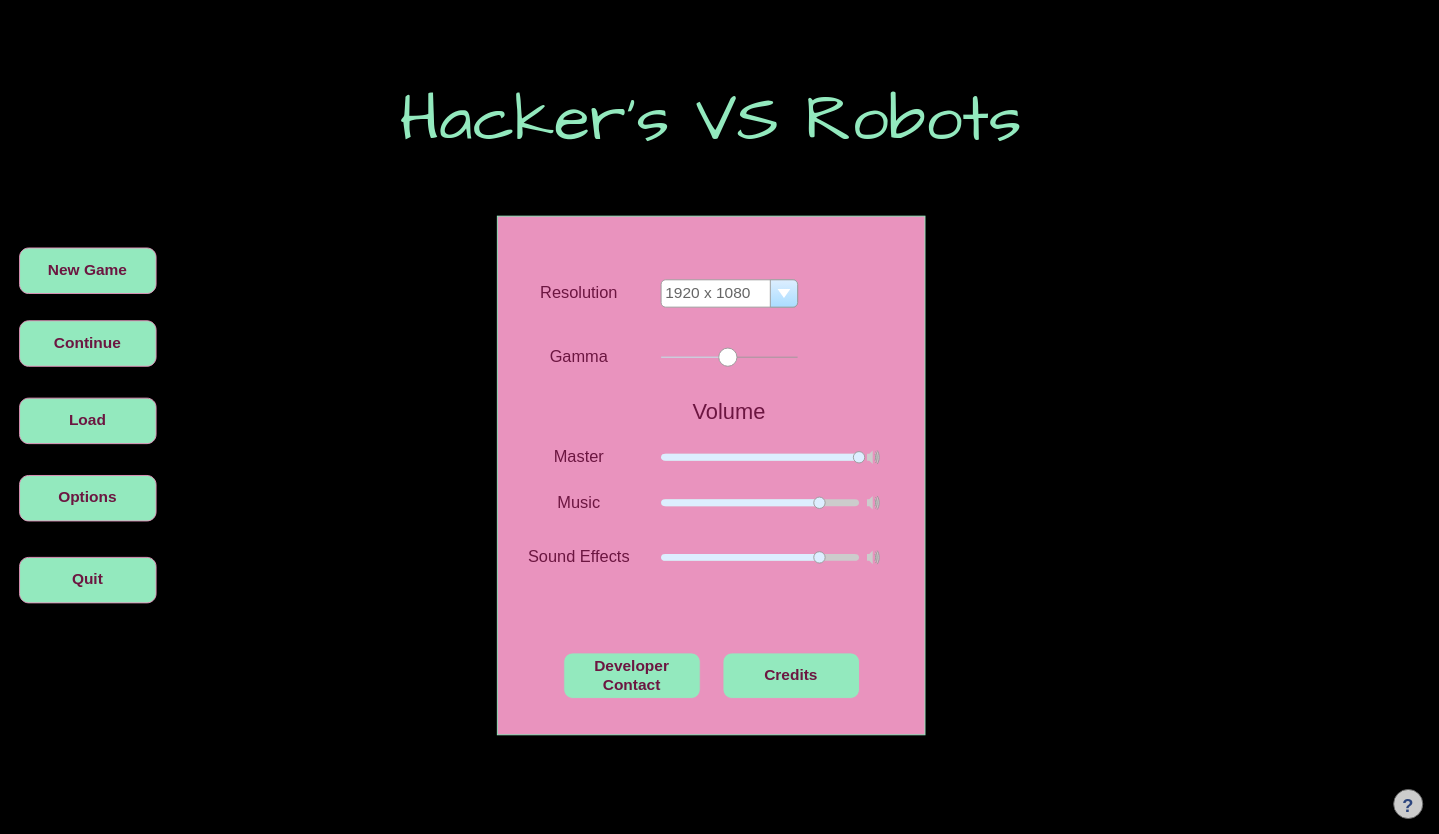
Before: page "Options Menu" (3 of 5) of Informational Technology (Game Design)/Part 2/Cluster - UI Production/Build graphical user interfaces/GUI Design By Richard.drawio in Stampard0/Assessments, a draw.io diagram. Source tidied: cells renumbered, new cells numbered last; positions are measured from the earlier drawing's top-left corner, leaving out a move shared by most shapes. Both pictures are drawn from the tidied source at 91%, with x=0, y=0 at pixel (19, 61).
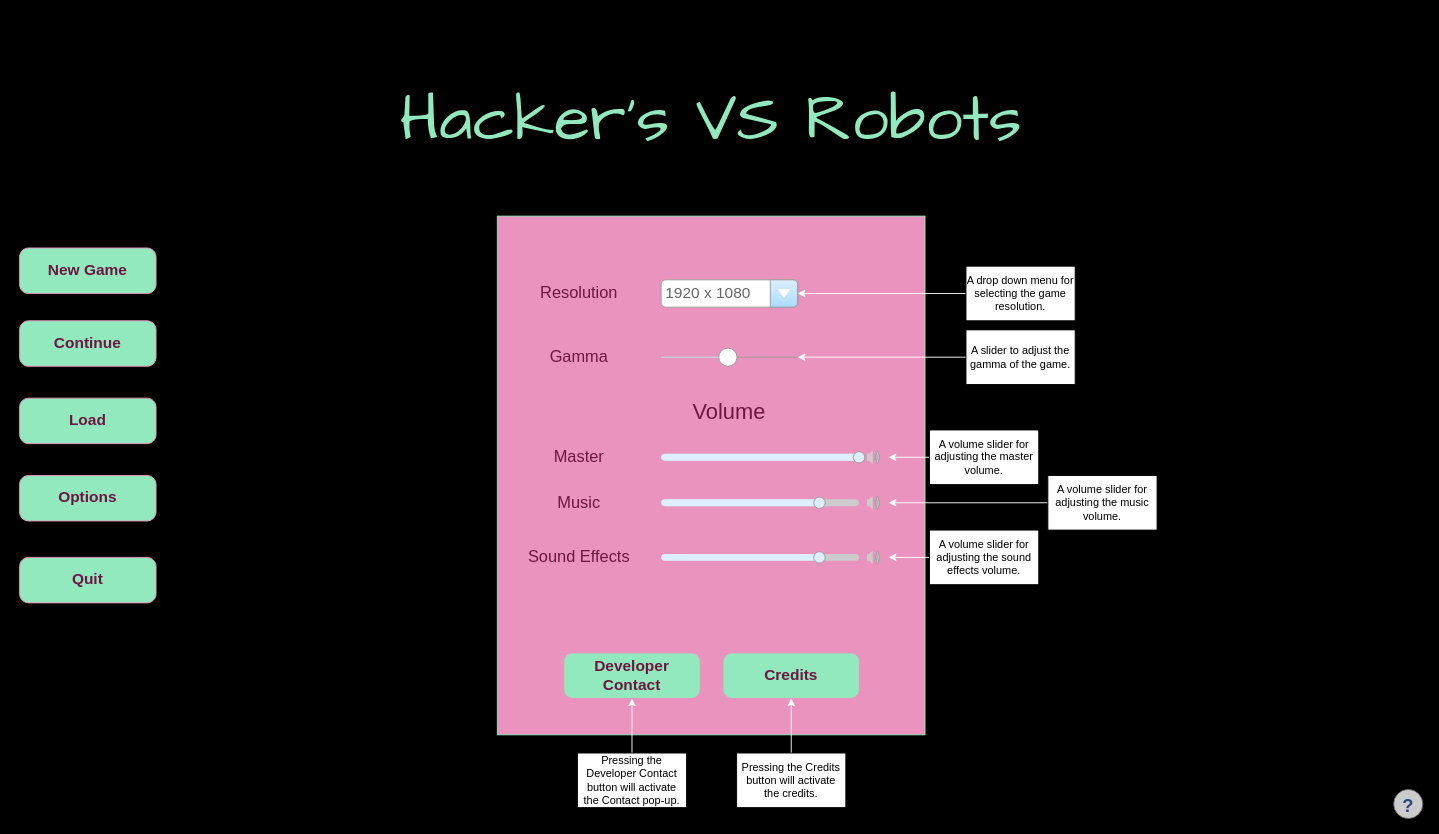
The same page after the edit.

Unchanged cells that the change refers to:
```xml
<mxCell id="3" value="1920 x 1080" style="strokeWidth=1;shadow=0;dashed=0;align=center;html=1;shape=mxgraph.mockup.forms.comboBox;strokeColor=#999999;fillColor=#ddeeff;align=left;fillColor2=#aaddff;mainText=;fontColor=#666666;fontSize=17;spacingLeft=3;" parent="1" vertex="1">
  <mxGeometry x="705" y="240" width="150" height="30" as="geometry" />
</mxCell>
<mxCell id="4" style="verticalLabelPosition=bottom;shadow=0;dashed=0;align=center;html=1;verticalAlign=top;strokeWidth=1;shape=mxgraph.mockup.forms.horSlider;strokeColor=#999999;sliderStyle=basic;sliderPos=48.815;handleStyle=circle;fillColor2=#ddeeff;" parent="1" vertex="1">
  <mxGeometry x="705" y="310" width="150" height="30" as="geometry" />
</mxCell>
<mxCell id="5" style="verticalLabelPosition=bottom;shadow=0;dashed=0;align=center;html=1;verticalAlign=top;strokeWidth=1;shape=mxgraph.mockup.misc.volumeSlider;barPos=100;fillColor=#cccccc;strokeColor=#999999;fillColor2=#ddeeff;" parent="1" vertex="1">
  <mxGeometry x="705" y="420" width="250" height="30" as="geometry" />
</mxCell>
<mxCell id="6" style="verticalLabelPosition=bottom;shadow=0;dashed=0;align=center;html=1;verticalAlign=top;strokeWidth=1;shape=mxgraph.mockup.misc.volumeSlider;barPos=80;fillColor=#cccccc;strokeColor=#999999;fillColor2=#ddeeff;" parent="1" vertex="1">
  <mxGeometry x="705" y="530" width="250" height="30" as="geometry" />
</mxCell>
<mxCell id="7" style="verticalLabelPosition=bottom;shadow=0;dashed=0;align=center;html=1;verticalAlign=top;strokeWidth=1;shape=mxgraph.mockup.misc.volumeSlider;barPos=80;fillColor=#cccccc;strokeColor=#999999;fillColor2=#ddeeff;" parent="1" vertex="1">
  <mxGeometry x="705" y="470" width="250" height="30" as="geometry" />
</mxCell>
<mxCell id="14" value="&lt;font color=&quot;#6c1641&quot;&gt;Credits&lt;br&gt;&lt;/font&gt;" style="strokeWidth=1;shadow=0;dashed=0;align=center;html=1;shape=mxgraph.mockup.buttons.button;strokeColor=#E993BE;fontColor=#ffffff;mainText=;buttonStyle=round;fontSize=17;fontStyle=1;fillColor=#93E9BE;whiteSpace=wrap;" parent="1" vertex="1">
  <mxGeometry x="773" y="650" width="150" height="50" as="geometry" />
</mxCell>
<mxCell id="15" value="&lt;font color=&quot;#6c1641&quot;&gt;Developer Contact&lt;br&gt;&lt;/font&gt;" style="strokeWidth=1;shadow=0;dashed=0;align=center;html=1;shape=mxgraph.mockup.buttons.button;strokeColor=#E993BE;fontColor=#ffffff;mainText=;buttonStyle=round;fontSize=17;fontStyle=1;fillColor=#93E9BE;whiteSpace=wrap;" parent="1" vertex="1">
  <mxGeometry x="598" y="650" width="150" height="50" as="geometry" />
</mxCell>
```

Change to the diagram source:
```diff
@@
+    <mxCell id="23" style="edgeStyle=none;rounded=0;jettySize=auto;html=1;exitX=0;exitY=0.5;exitDx=0;exitDy=0;strokeColor=#FFFFFF;fillColor=#FFFFFF;" parent="1" edge="1" source="24" target="3">
+      <mxGeometry relative="1" as="geometry" />
+    </mxCell>
+    <mxCell id="24" value="A drop down menu for selecting the game resolution." style="rounded=0;whiteSpace=wrap;html=1;" parent="1" vertex="1">
+      <mxGeometry x="1040" y="225" width="120" height="60" as="geometry" />
+    </mxCell>
+    <mxCell id="25" style="edgeStyle=none;rounded=0;jettySize=auto;html=1;exitX=0;exitY=0.5;exitDx=0;exitDy=0;strokeColor=#FFFFFF;fillColor=#FFFFFF;" parent="1" edge="1" source="26" target="4">
+      <mxGeometry relative="1" as="geometry" />
+    </mxCell>
+    <mxCell id="26" value="A slider to adjust the gamma of the game." style="rounded=0;whiteSpace=wrap;html=1;" parent="1" vertex="1">
+      <mxGeometry x="1040" y="295" width="120" height="60" as="geometry" />
+    </mxCell>
+    <mxCell id="27" style="edgeStyle=none;rounded=0;jettySize=auto;html=1;exitX=0;exitY=0.5;exitDx=0;exitDy=0;strokeColor=#FFFFFF;fillColor=#FFFFFF;" parent="1" edge="1" source="28" target="5">
+      <mxGeometry relative="1" as="geometry" />
+    </mxCell>
+    <mxCell id="28" value="A volume slider for adjusting the master volume." style="rounded=0;whiteSpace=wrap;html=1;" parent="1" vertex="1">
+      <mxGeometry x="1000" y="405" width="120" height="60" as="geometry" />
+    </mxCell>
+    <mxCell id="29" style="edgeStyle=none;rounded=0;jettySize=auto;html=1;exitX=0;exitY=0.5;exitDx=0;exitDy=0;strokeColor=#FFFFFF;fillColor=#FFFFFF;" parent="1" edge="1" source="30" target="7">
+      <mxGeometry relative="1" as="geometry" />
+    </mxCell>
+    <mxCell id="30" value="A volume slider for adjusting the music volume." style="rounded=0;whiteSpace=wrap;html=1;" parent="1" vertex="1">
+      <mxGeometry x="1130" y="455" width="120" height="60" as="geometry" />
+    </mxCell>
+    <mxCell id="31" style="edgeStyle=none;rounded=0;jettySize=auto;html=1;exitX=0;exitY=0.5;exitDx=0;exitDy=0;strokeColor=#FFFFFF;fillColor=#FFFFFF;" parent="1" edge="1" source="32" target="6">
+      <mxGeometry relative="1" as="geometry" />
+    </mxCell>
+    <mxCell id="32" value="A volume slider for adjusting the sound effects volume." style="rounded=0;whiteSpace=wrap;html=1;" parent="1" vertex="1">
+      <mxGeometry x="1000" y="515" width="120" height="60" as="geometry" />
+    </mxCell>
+    <mxCell id="33" style="edgeStyle=none;rounded=0;jettySize=auto;html=1;exitX=0.5;exitY=0;exitDx=0;exitDy=0;strokeColor=#FFFFFF;fillColor=#FFFFFF;" parent="1" edge="1" source="34" target="15">
+      <mxGeometry relative="1" as="geometry" />
+    </mxCell>
+    <mxCell id="34" value="Pressing the Developer Contact button will activate the Contact pop-up." style="rounded=0;whiteSpace=wrap;html=1;" parent="1" vertex="1">
+      <mxGeometry x="613" y="760" width="120" height="60" as="geometry" />
+    </mxCell>
+    <mxCell id="35" style="edgeStyle=none;rounded=0;jettySize=auto;html=1;exitX=0.5;exitY=0;exitDx=0;exitDy=0;strokeColor=#FFFFFF;fillColor=#FFFFFF;" parent="1" edge="1" source="36" target="14">
+      <mxGeometry relative="1" as="geometry" />
+    </mxCell>
+    <mxCell id="36" value="Pressing the Credits button will activate the credits." style="rounded=0;whiteSpace=wrap;html=1;" parent="1" vertex="1">
+      <mxGeometry x="788" y="760" width="120" height="60" as="geometry" />
+    </mxCell>
```
